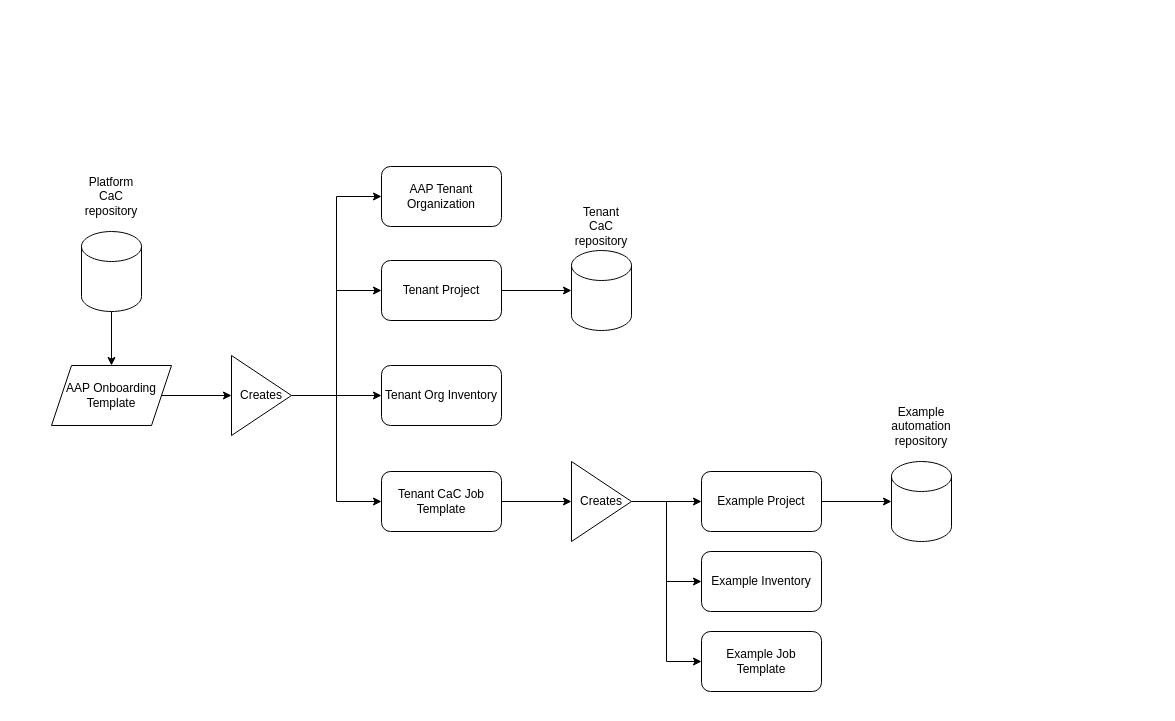
Above: docs/images/onboarding_flow.drawio in tosmi-ansible/aap-onboarding (draw.io), before the change. Source tidied: cells renumbered, new cells numbered last; positions are measured from the earlier drawing's top-left corner, leaving out a move shared by most shapes. Both pictures are drawn from the tidied source at 100%, with x=0, y=0 at pixel (51, 166).
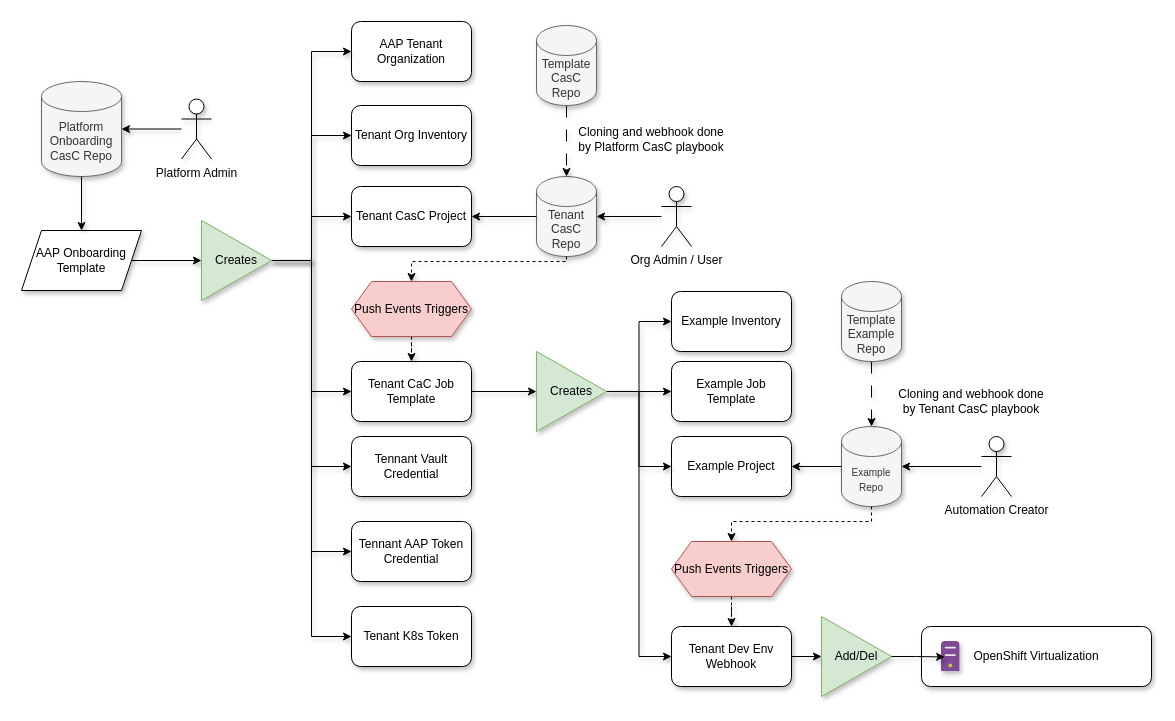
The same diagram, later.

What changed in the source:
```diff
@@
-    <mxCell id="2" style="shape=cylinder3;whiteSpace=wrap;html=1;boundedLbl=1;backgroundOutline=1;size=15;" parent="1" vertex="1">
-      <mxGeometry x="30" y="65" width="60" height="80" as="geometry" />
+    <mxCell id="2" value="Platform Onboarding CasC Repo" style="shape=cylinder3;whiteSpace=wrap;html=1;boundedLbl=1;backgroundOutline=1;size=15;shadow=1;fillColor=#f5f5f5;fontColor=#333333;strokeColor=#666666;" parent="1" vertex="1">
+      <mxGeometry x="-10" y="-85" width="80" height="95" as="geometry" />
     </mxCell>
-    <mxCell id="3" style="shape=cylinder3;whiteSpace=wrap;html=1;boundedLbl=1;backgroundOutline=1;size=15;" parent="1" vertex="1">
-      <mxGeometry x="520" y="84" width="60" height="80" as="geometry" />
+    <mxCell id="3" value="Tenant CasC Repo" style="shape=cylinder3;whiteSpace=wrap;html=1;boundedLbl=1;backgroundOutline=1;size=15;shadow=1;fillColor=#f5f5f5;fontColor=#333333;strokeColor=#666666;" parent="1" vertex="1">
+      <mxGeometry x="485" y="10" width="60" height="80" as="geometry" />
     </mxCell>
-    <mxCell id="4" style="shape=cylinder3;whiteSpace=wrap;html=1;boundedLbl=1;backgroundOutline=1;size=15;" parent="1" vertex="1">
-      <mxGeometry x="840" y="295" width="60" height="80" as="geometry" />
+    <mxCell id="4" value="&lt;font style=&quot;font-size: 10px;&quot;&gt;Example Repo&lt;/font&gt;" style="shape=cylinder3;whiteSpace=wrap;html=1;boundedLbl=1;backgroundOutline=1;size=15;shadow=1;fillColor=#f5f5f5;fontColor=#333333;strokeColor=#666666;" parent="1" vertex="1">
+      <mxGeometry x="790" y="260" width="60" height="80" as="geometry" />
     </mxCell>
-    <mxCell id="5" value="Platform CaC repository" style="text;html=1;align=center;verticalAlign=middle;whiteSpace=wrap;rounded=0;" parent="1" vertex="1">
-      <mxGeometry x="30" y="15" width="60" height="30" as="geometry" />
-    </mxCell>
-    <mxCell id="6" style="edgeStyle=orthogonalEdgeStyle;rounded=0;jettySize=auto;html=1;" parent="1" edge="1" source="7" target="18">
+    <mxCell id="6" style="edgeStyle=orthogonalEdgeStyle;rounded=0;jettySize=auto;html=1;shadow=1;" parent="1" edge="1" source="7" target="18">
       <mxGeometry relative="1" as="geometry" />
     </mxCell>
-    <mxCell id="7" value="AAP Onboarding Template" style="shape=parallelogram;perimeter=parallelogramPerimeter;whiteSpace=wrap;html=1;fixedSize=1;" parent="1" vertex="1">
-      <mxGeometry y="199" width="120" height="60" as="geometry" />
+    <mxCell id="7" value="AAP Onboarding Template" style="shape=parallelogram;perimeter=parallelogramPerimeter;whiteSpace=wrap;html=1;fixedSize=1;shadow=1;" parent="1" vertex="1">
+      <mxGeometry x="-30" y="64" width="120" height="60" as="geometry" />
     </mxCell>
-    <mxCell id="8" value="AAP Tenant Organization" style="rounded=1;whiteSpace=wrap;html=1;" parent="1" vertex="1">
-      <mxGeometry x="330" width="120" height="60" as="geometry" />
+    <mxCell id="8" value="AAP Tenant Organization" style="rounded=1;whiteSpace=wrap;html=1;shadow=1;" parent="1" vertex="1">
+      <mxGeometry x="300" y="-145" width="120" height="60" as="geometry" />
     </mxCell>
-    <mxCell id="9" value="Tenant CaC repository" style="text;html=1;align=center;verticalAlign=middle;whiteSpace=wrap;rounded=0;" parent="1" vertex="1">
-      <mxGeometry x="520" y="45" width="60" height="30" as="geometry" />
-    </mxCell>
-    <mxCell id="10" style="edgeStyle=orthogonalEdgeStyle;rounded=0;jettySize=auto;html=1;entryX=0.5;entryY=0;entryDx=0;entryDy=0;" parent="1" edge="1" source="2" target="7">
+    <mxCell id="10" style="edgeStyle=orthogonalEdgeStyle;rounded=0;jettySize=auto;html=1;entryX=0.5;entryY=0;entryDx=0;entryDy=0;shadow=1;" parent="1" edge="1" source="2" target="7">
       <mxGeometry relative="1" as="geometry" />
     </mxCell>
-    <mxCell id="11" style="edgeStyle=orthogonalEdgeStyle;rounded=0;jettySize=auto;html=1;" parent="1" edge="1" source="12" target="4">
+    <mxCell id="11" style="edgeStyle=orthogonalEdgeStyle;rounded=0;jettySize=auto;html=1;endArrow=none;endFill=0;startArrow=classic;startFill=1;shadow=1;" parent="1" edge="1" source="12" target="4">
       <mxGeometry relative="1" as="geometry" />
     </mxCell>
+    <mxCell id="30" style="edgeStyle=orthogonalEdgeStyle;rounded=0;jettySize=auto;html=1;entryX=0.5;entryY=0;entryDx=0;entryDy=0;dashed=1;exitX=0.5;exitY=1;exitDx=0;exitDy=0;exitPerimeter=0;shadow=1;" parent="1" edge="1" source="4" target="46">
+      <mxGeometry relative="1" as="geometry">
+        <Array as="points">
+          <mxPoint x="820" y="355" />
+          <mxPoint x="680" y="355" />
+        </Array>
+      </mxGeometry>
+    </mxCell>
-    <mxCell id="12" value="Example Project" style="rounded=1;whiteSpace=wrap;html=1;" parent="1" vertex="1">
-      <mxGeometry x="650" y="305" width="120" height="60" as="geometry" />
+    <mxCell id="12" value="Example Project" style="rounded=1;whiteSpace=wrap;html=1;shadow=1;" parent="1" vertex="1">
+      <mxGeometry x="620" y="270" width="120" height="60" as="geometry" />
     </mxCell>
-    <mxCell id="13" value="Example automation&lt;div&gt;repository&lt;/div&gt;" style="text;html=1;align=center;verticalAlign=middle;whiteSpace=wrap;rounded=0;" parent="1" vertex="1">
-      <mxGeometry x="840" y="245" width="60" height="30" as="geometry" />
-    </mxCell>
-    <mxCell id="14" style="edgeStyle=orthogonalEdgeStyle;rounded=0;jettySize=auto;html=1;entryX=0;entryY=0.5;entryDx=0;entryDy=0;" parent="1" edge="1" source="18" target="8">
+    <mxCell id="14" style="edgeStyle=orthogonalEdgeStyle;rounded=0;jettySize=auto;html=1;entryX=0;entryY=0.5;entryDx=0;entryDy=0;shadow=1;" parent="1" edge="1" source="18" target="8">
       <mxGeometry relative="1" as="geometry" />
     </mxCell>
-    <mxCell id="15" style="edgeStyle=orthogonalEdgeStyle;rounded=0;jettySize=auto;html=1;entryX=0;entryY=0.5;entryDx=0;entryDy=0;" parent="1" edge="1" source="18" target="20">
+    <mxCell id="15" style="edgeStyle=orthogonalEdgeStyle;rounded=0;jettySize=auto;html=1;entryX=0;entryY=0.5;entryDx=0;entryDy=0;shadow=1;" parent="1" edge="1" source="18" target="20">
       <mxGeometry relative="1" as="geometry" />
     </mxCell>
-    <mxCell id="16" style="edgeStyle=orthogonalEdgeStyle;rounded=0;jettySize=auto;html=1;" parent="1" edge="1" source="18" target="23">
+    <mxCell id="16" style="edgeStyle=orthogonalEdgeStyle;rounded=0;jettySize=auto;html=1;entryX=0;entryY=0.5;entryDx=0;entryDy=0;shadow=1;" parent="1" edge="1" source="18" target="23">
       <mxGeometry relative="1" as="geometry" />
     </mxCell>
-    <mxCell id="17" style="edgeStyle=orthogonalEdgeStyle;rounded=0;jettySize=auto;html=1;entryX=0;entryY=0.5;entryDx=0;entryDy=0;" parent="1" edge="1" source="18" target="22">
+    <mxCell id="17" style="edgeStyle=orthogonalEdgeStyle;rounded=0;jettySize=auto;html=1;entryX=0;entryY=0.5;entryDx=0;entryDy=0;shadow=1;" parent="1" edge="1" source="18" target="22">
       <mxGeometry relative="1" as="geometry" />
     </mxCell>
+    <mxCell id="31" style="edgeStyle=orthogonalEdgeStyle;rounded=0;jettySize=auto;html=1;entryX=0;entryY=0.5;entryDx=0;entryDy=0;shadow=1;" parent="1" edge="1" source="18" target="36">
+      <mxGeometry relative="1" as="geometry" />
+    </mxCell>
+    <mxCell id="32" style="edgeStyle=orthogonalEdgeStyle;rounded=0;jettySize=auto;html=1;entryX=0;entryY=0.5;entryDx=0;entryDy=0;shadow=1;" parent="1" edge="1" source="18" target="37">
+      <mxGeometry relative="1" as="geometry" />
+    </mxCell>
+    <mxCell id="33" style="edgeStyle=orthogonalEdgeStyle;rounded=0;jettySize=auto;html=1;entryX=0;entryY=0.5;entryDx=0;entryDy=0;shadow=1;" parent="1" edge="1" source="18" target="38">
+      <mxGeometry relative="1" as="geometry" />
+    </mxCell>
-    <mxCell id="18" value="Creates" style="triangle;whiteSpace=wrap;html=1;" parent="1" vertex="1">
-      <mxGeometry x="180" y="189" width="60" height="80" as="geometry" />
+    <mxCell id="18" value="Creates" style="triangle;whiteSpace=wrap;html=1;shadow=1;fillColor=#d5e8d4;strokeColor=#82b366;" parent="1" vertex="1">
+      <mxGeometry x="150" y="54" width="70" height="80" as="geometry" />
     </mxCell>
-    <mxCell id="19" style="edgeStyle=orthogonalEdgeStyle;rounded=0;jettySize=auto;html=1;" parent="1" edge="1" source="20" target="3">
+    <mxCell id="19" style="edgeStyle=orthogonalEdgeStyle;rounded=0;jettySize=auto;html=1;startArrow=classic;startFill=1;endArrow=none;endFill=0;shadow=1;" parent="1" edge="1" source="20" target="3">
       <mxGeometry relative="1" as="geometry" />
     </mxCell>
+    <mxCell id="34" style="edgeStyle=orthogonalEdgeStyle;rounded=0;jettySize=auto;html=1;dashed=1;exitX=0.5;exitY=1;exitDx=0;exitDy=0;exitPerimeter=0;flowAnimation=0;shadow=1;" parent="1" edge="1" source="3" target="54">
+      <mxGeometry relative="1" as="geometry">
+        <Array as="points">
+          <mxPoint x="515" y="95" />
+          <mxPoint x="360" y="95" />
+        </Array>
+      </mxGeometry>
+    </mxCell>
-    <mxCell id="20" value="Tenant Project" style="rounded=1;whiteSpace=wrap;html=1;" parent="1" vertex="1">
-      <mxGeometry x="330" y="94" width="120" height="60" as="geometry" />
+    <mxCell id="20" value="Tenant CasC Project" style="rounded=1;whiteSpace=wrap;html=1;shadow=1;" parent="1" vertex="1">
+      <mxGeometry x="300" y="20" width="120" height="60" as="geometry" />
     </mxCell>
-    <mxCell id="21" style="edgeStyle=orthogonalEdgeStyle;rounded=0;jettySize=auto;html=1;entryX=0;entryY=0.5;entryDx=0;entryDy=0;" parent="1" edge="1" source="22" target="27">
+    <mxCell id="21" style="edgeStyle=orthogonalEdgeStyle;rounded=0;jettySize=auto;html=1;entryX=0;entryY=0.5;entryDx=0;entryDy=0;shadow=1;" parent="1" edge="1" source="22" target="27">
       <mxGeometry relative="1" as="geometry" />
     </mxCell>
-    <mxCell id="22" value="Tenant CaC Job Template" style="rounded=1;whiteSpace=wrap;html=1;" parent="1" vertex="1">
-      <mxGeometry x="330" y="305" width="120" height="60" as="geometry" />
+    <mxCell id="22" value="Tenant CaC Job Template" style="rounded=1;whiteSpace=wrap;html=1;shadow=1;" parent="1" vertex="1">
+      <mxGeometry x="300" y="195" width="120" height="60" as="geometry" />
     </mxCell>
-    <mxCell id="23" value="Tenant Org Inventory" style="rounded=1;whiteSpace=wrap;html=1;" parent="1" vertex="1">
-      <mxGeometry x="330" y="199" width="120" height="60" as="geometry" />
+    <mxCell id="23" value="Tenant Org Inventory" style="rounded=1;whiteSpace=wrap;html=1;shadow=1;" parent="1" vertex="1">
+      <mxGeometry x="300" y="-61" width="120" height="60" as="geometry" />
     </mxCell>
-    <mxCell id="24" style="edgeStyle=orthogonalEdgeStyle;rounded=0;jettySize=auto;html=1;" parent="1" edge="1" source="27" target="12">
+    <mxCell id="24" style="edgeStyle=orthogonalEdgeStyle;rounded=0;jettySize=auto;html=1;entryX=0;entryY=0.5;entryDx=0;entryDy=0;shadow=1;" parent="1" edge="1" source="27" target="12">
       <mxGeometry relative="1" as="geometry" />
     </mxCell>
-    <mxCell id="25" style="edgeStyle=orthogonalEdgeStyle;rounded=0;jettySize=auto;html=1;entryX=0;entryY=0.5;entryDx=0;entryDy=0;" parent="1" edge="1" source="27" target="28">
+    <mxCell id="25" style="edgeStyle=orthogonalEdgeStyle;rounded=0;jettySize=auto;html=1;entryX=0;entryY=0.5;entryDx=0;entryDy=0;shadow=1;" parent="1" edge="1" source="27" target="28">
       <mxGeometry relative="1" as="geometry" />
     </mxCell>
-    <mxCell id="26" style="edgeStyle=orthogonalEdgeStyle;rounded=0;jettySize=auto;html=1;entryX=0;entryY=0.5;entryDx=0;entryDy=0;" parent="1" edge="1" source="27" target="29">
+    <mxCell id="26" style="edgeStyle=orthogonalEdgeStyle;rounded=0;jettySize=auto;html=1;entryX=0;entryY=0.5;entryDx=0;entryDy=0;shadow=1;" parent="1" edge="1" source="27" target="29">
       <mxGeometry relative="1" as="geometry" />
     </mxCell>
+    <mxCell id="35" style="edgeStyle=orthogonalEdgeStyle;rounded=0;jettySize=auto;html=1;entryX=0;entryY=0.5;entryDx=0;entryDy=0;shadow=1;" parent="1" edge="1" source="27" target="48">
+      <mxGeometry relative="1" as="geometry" />
+    </mxCell>
-    <mxCell id="27" value="Creates" style="triangle;whiteSpace=wrap;html=1;" parent="1" vertex="1">
-      <mxGeometry x="520" y="295" width="60" height="80" as="geometry" />
+    <mxCell id="27" value="Creates" style="triangle;whiteSpace=wrap;html=1;shadow=1;fillColor=#d5e8d4;strokeColor=#82b366;" parent="1" vertex="1">
+      <mxGeometry x="485" y="185" width="70" height="80" as="geometry" />
     </mxCell>
-    <mxCell id="28" value="Example Inventory" style="rounded=1;whiteSpace=wrap;html=1;" parent="1" vertex="1">
-      <mxGeometry x="650" y="385" width="120" height="60" as="geometry" />
+    <mxCell id="28" value="Example Inventory" style="rounded=1;whiteSpace=wrap;html=1;shadow=1;" parent="1" vertex="1">
+      <mxGeometry x="620" y="125" width="120" height="60" as="geometry" />
     </mxCell>
-    <mxCell id="29" value="Example Job Template" style="rounded=1;whiteSpace=wrap;html=1;" parent="1" vertex="1">
-      <mxGeometry x="650" y="465" width="120" height="60" as="geometry" />
+    <mxCell id="29" value="Example Job Template" style="rounded=1;whiteSpace=wrap;html=1;shadow=1;" parent="1" vertex="1">
+      <mxGeometry x="620" y="195" width="120" height="60" as="geometry" />
     </mxCell>
+    <mxCell id="36" value="Tennant Vault Credential" style="rounded=1;whiteSpace=wrap;html=1;shadow=1;" parent="1" vertex="1">
+      <mxGeometry x="300" y="270" width="120" height="60" as="geometry" />
+    </mxCell>
+    <mxCell id="37" value="Tennant AAP Token Credential" style="rounded=1;whiteSpace=wrap;html=1;shadow=1;" parent="1" vertex="1">
+      <mxGeometry x="300" y="355" width="120" height="60" as="geometry" />
+    </mxCell>
+    <mxCell id="38" value="Tenant K8s Token" style="rounded=1;whiteSpace=wrap;html=1;shadow=1;" parent="1" vertex="1">
+      <mxGeometry x="300" y="440" width="120" height="60" as="geometry" />
+    </mxCell>
+    <mxCell id="39" style="edgeStyle=orthogonalEdgeStyle;rounded=0;jettySize=auto;html=1;shadow=1;" parent="1" edge="1" source="40" target="4">
+      <mxGeometry relative="1" as="geometry" />
+    </mxCell>
+    <mxCell id="40" value="Automation Creator" style="shape=umlActor;verticalLabelPosition=bottom;verticalAlign=top;html=1;outlineConnect=0;shadow=1;" parent="1" vertex="1">
+      <mxGeometry x="930" y="270" width="30" height="60" as="geometry" />
+    </mxCell>
+    <mxCell id="41" style="edgeStyle=orthogonalEdgeStyle;rounded=0;jettySize=auto;html=1;shadow=1;" parent="1" edge="1" source="42" target="3">
+      <mxGeometry relative="1" as="geometry" />
+    </mxCell>
+    <mxCell id="42" value="Org Admin / User" style="shape=umlActor;verticalLabelPosition=bottom;verticalAlign=top;html=1;outlineConnect=0;shadow=1;" parent="1" vertex="1">
+      <mxGeometry x="610" y="20" width="30" height="60" as="geometry" />
+    </mxCell>
+    <mxCell id="43" style="edgeStyle=orthogonalEdgeStyle;rounded=0;jettySize=auto;html=1;shadow=1;" parent="1" edge="1" source="44" target="2">
+      <mxGeometry relative="1" as="geometry" />
+    </mxCell>
+    <mxCell id="44" value="Platform Admin" style="shape=umlActor;verticalLabelPosition=bottom;verticalAlign=top;html=1;outlineConnect=0;shadow=1;" parent="1" vertex="1">
+      <mxGeometry x="130" y="-67.5" width="30" height="60" as="geometry" />
+    </mxCell>
+    <mxCell id="45" style="edgeStyle=orthogonalEdgeStyle;rounded=0;jettySize=auto;html=1;dashed=1;shadow=1;" parent="1" edge="1" source="46" target="48">
+      <mxGeometry relative="1" as="geometry" />
+    </mxCell>
+    <mxCell id="46" value="Push Events Triggers" style="shape=hexagon;perimeter=hexagonPerimeter2;whiteSpace=wrap;html=1;fixedSize=1;shadow=1;fillColor=#f8cecc;strokeColor=#b85450;" parent="1" vertex="1">
+      <mxGeometry x="620" y="375" width="120" height="55" as="geometry" />
+    </mxCell>
+    <mxCell id="47" style="edgeStyle=orthogonalEdgeStyle;rounded=0;jettySize=auto;html=1;shadow=1;" parent="1" edge="1" source="48" target="49">
+      <mxGeometry relative="1" as="geometry" />
+    </mxCell>
+    <mxCell id="48" value="Tenant Dev Env Webhook" style="rounded=1;whiteSpace=wrap;html=1;shadow=1;" parent="1" vertex="1">
+      <mxGeometry x="620" y="460" width="120" height="60" as="geometry" />
+    </mxCell>
+    <mxCell id="49" value="Add/Del" style="triangle;whiteSpace=wrap;html=1;shadow=1;fillColor=#d5e8d4;strokeColor=#82b366;" parent="1" vertex="1">
+      <mxGeometry x="770" y="450" width="70" height="80" as="geometry" />
+    </mxCell>
+    <mxCell id="50" style="group;shadow=1;" parent="1" vertex="1">
+      <mxGeometry x="870" y="460" width="230" height="60" as="geometry" />
+    </mxCell>
+    <mxCell id="51" value="OpenShift Virtualization" style="rounded=1;whiteSpace=wrap;html=1;shadow=1;" parent="50" vertex="1">
+      <mxGeometry width="230" height="60" as="geometry" />
+    </mxCell>
+    <mxCell id="52" style="image;sketch=0;html=1;points=[];align=center;fontSize=12;image=img/lib/mscae/Non_Azure_Machine.svg;shadow=1;" parent="50" vertex="1">
+      <mxGeometry x="20" y="15" width="18.6" height="30" as="geometry" />
+    </mxCell>
+    <mxCell id="53" style="edgeStyle=orthogonalEdgeStyle;rounded=0;jettySize=auto;html=1;dashed=1;shadow=1;" parent="1" edge="1" source="54" target="22">
+      <mxGeometry relative="1" as="geometry" />
+    </mxCell>
+    <mxCell id="54" value="Push Events Triggers" style="shape=hexagon;perimeter=hexagonPerimeter2;whiteSpace=wrap;html=1;fixedSize=1;shadow=1;fillColor=#f8cecc;strokeColor=#b85450;" parent="1" vertex="1">
+      <mxGeometry x="300" y="115" width="120" height="55" as="geometry" />
+    </mxCell>
+    <mxCell id="55" style="edgeStyle=orthogonalEdgeStyle;rounded=0;jettySize=auto;html=1;entryX=0.169;entryY=0.516;entryDx=0;entryDy=0;entryPerimeter=0;shadow=1;" parent="1" edge="1" source="49" target="52">
+      <mxGeometry relative="1" as="geometry" />
+    </mxCell>
+    <mxCell id="56" value="Cloning and webhook done by Tenant CasC playbook" style="text;html=1;whiteSpace=wrap;strokeColor=none;fillColor=none;align=center;verticalAlign=middle;rounded=0;shadow=1;" parent="1" vertex="1">
+      <mxGeometry x="840" y="215" width="160" height="40" as="geometry" />
+    </mxCell>
+    <mxCell id="57" value="Cloning and webhook done by Platform CasC playbook" style="text;html=1;whiteSpace=wrap;strokeColor=none;fillColor=none;align=center;verticalAlign=middle;rounded=0;shadow=1;" parent="1" vertex="1">
+      <mxGeometry x="520" y="-47.5" width="160" height="40" as="geometry" />
+    </mxCell>
+    <mxCell id="58" style="edgeStyle=orthogonalEdgeStyle;rounded=0;jettySize=auto;html=1;dashed=1;dashPattern=12 12;shadow=1;" parent="1" edge="1" source="59" target="3">
+      <mxGeometry relative="1" as="geometry" />
+    </mxCell>
+    <mxCell id="59" value="Template CasC Repo" style="shape=cylinder3;whiteSpace=wrap;html=1;boundedLbl=1;backgroundOutline=1;size=15;shadow=1;fillColor=#f5f5f5;fontColor=#333333;strokeColor=#666666;" parent="1" vertex="1">
+      <mxGeometry x="485" y="-141" width="60" height="80" as="geometry" />
+    </mxCell>
+    <mxCell id="60" style="edgeStyle=orthogonalEdgeStyle;rounded=0;jettySize=auto;html=1;dashed=1;dashPattern=12 12;shadow=1;" parent="1" edge="1" source="61" target="4">
+      <mxGeometry relative="1" as="geometry" />
+    </mxCell>
+    <mxCell id="61" value="Template Example Repo" style="shape=cylinder3;whiteSpace=wrap;html=1;boundedLbl=1;backgroundOutline=1;size=15;shadow=1;fillColor=#f5f5f5;fontColor=#333333;strokeColor=#666666;" parent="1" vertex="1">
+      <mxGeometry x="790" y="115" width="60" height="80" as="geometry" />
+    </mxCell>
```
